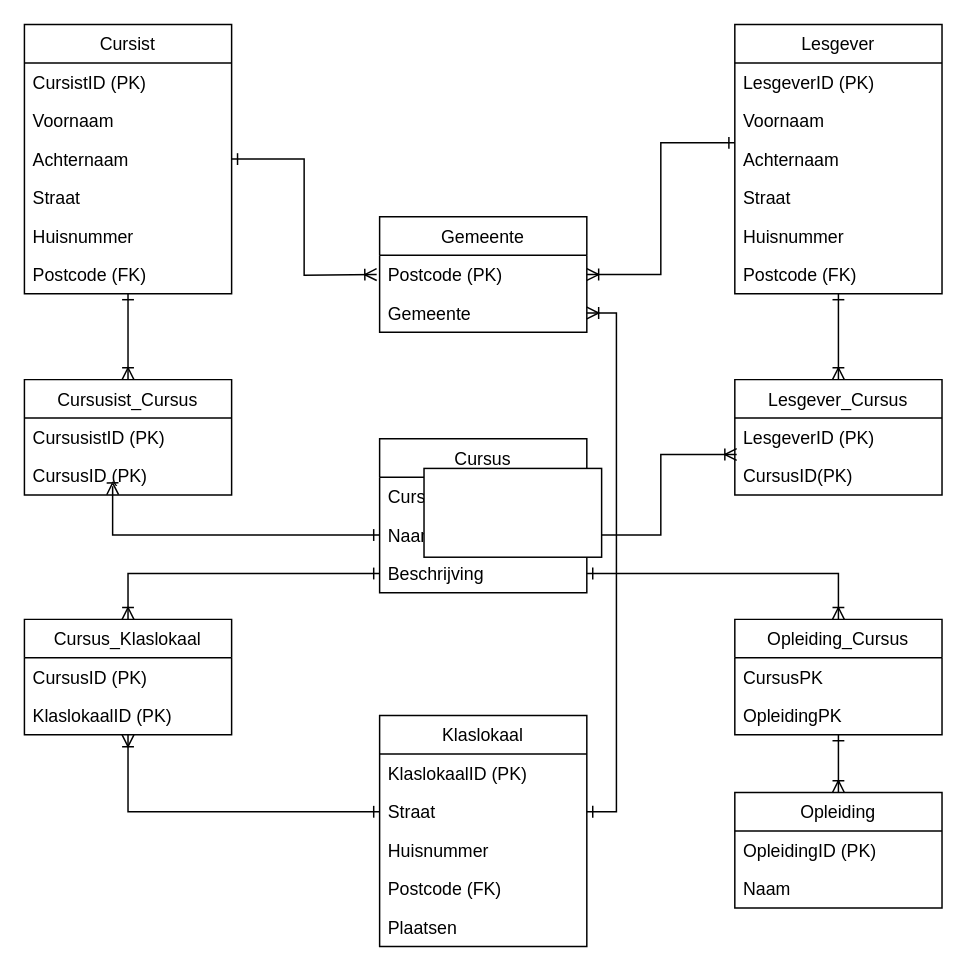
Earlier version of the draw.io diagram week1/databanken/les1/oef1.drawio (iliwili/ENCORA). Source tidied: cells renumbered, new cells numbered last; positions are measured from the earlier drawing's top-left corner, leaving out a move shared by most shapes. Both pictures are drawn from the tidied source at 148%, with x=0, y=0 at pixel (24, 24).
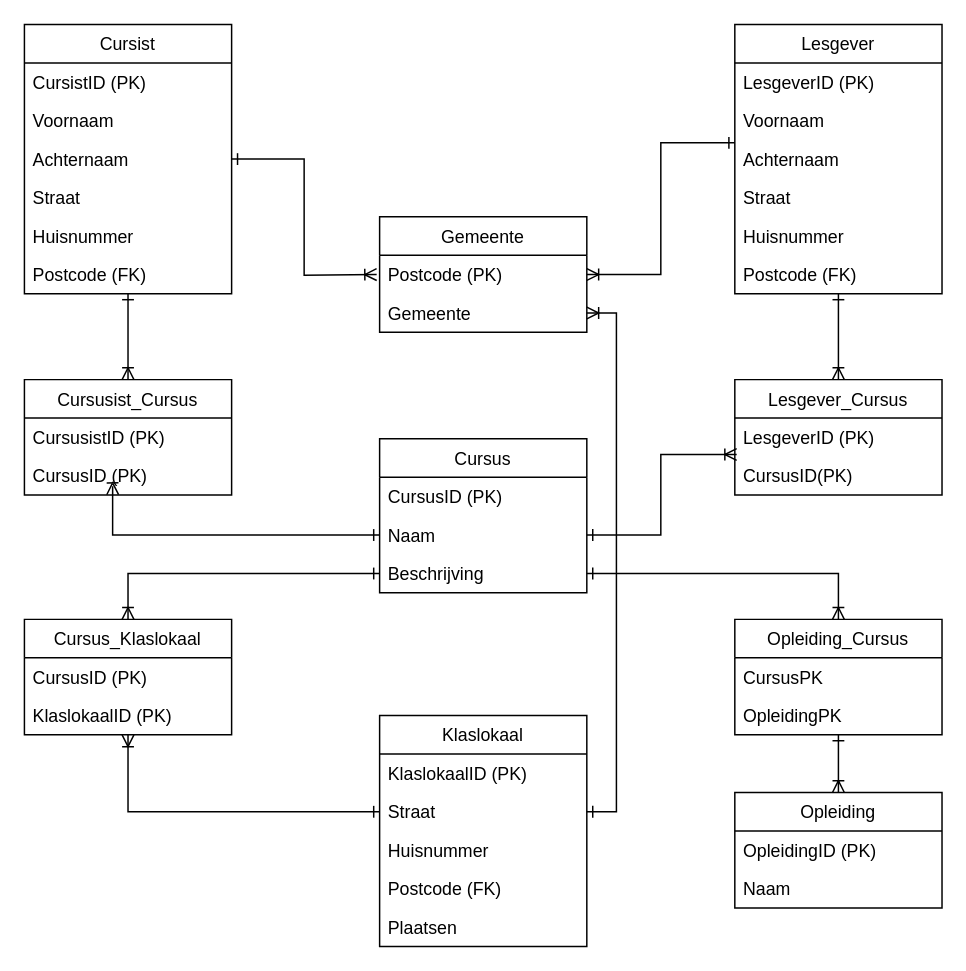
After the change.

What changed in the source:
```diff
@@
-    <mxCell id="55" style="whiteSpace=wrap;html=1;" parent="1" vertex="1">
-      <mxGeometry x="270" y="300" width="120" height="60" as="geometry" />
-    </mxCell>
```
